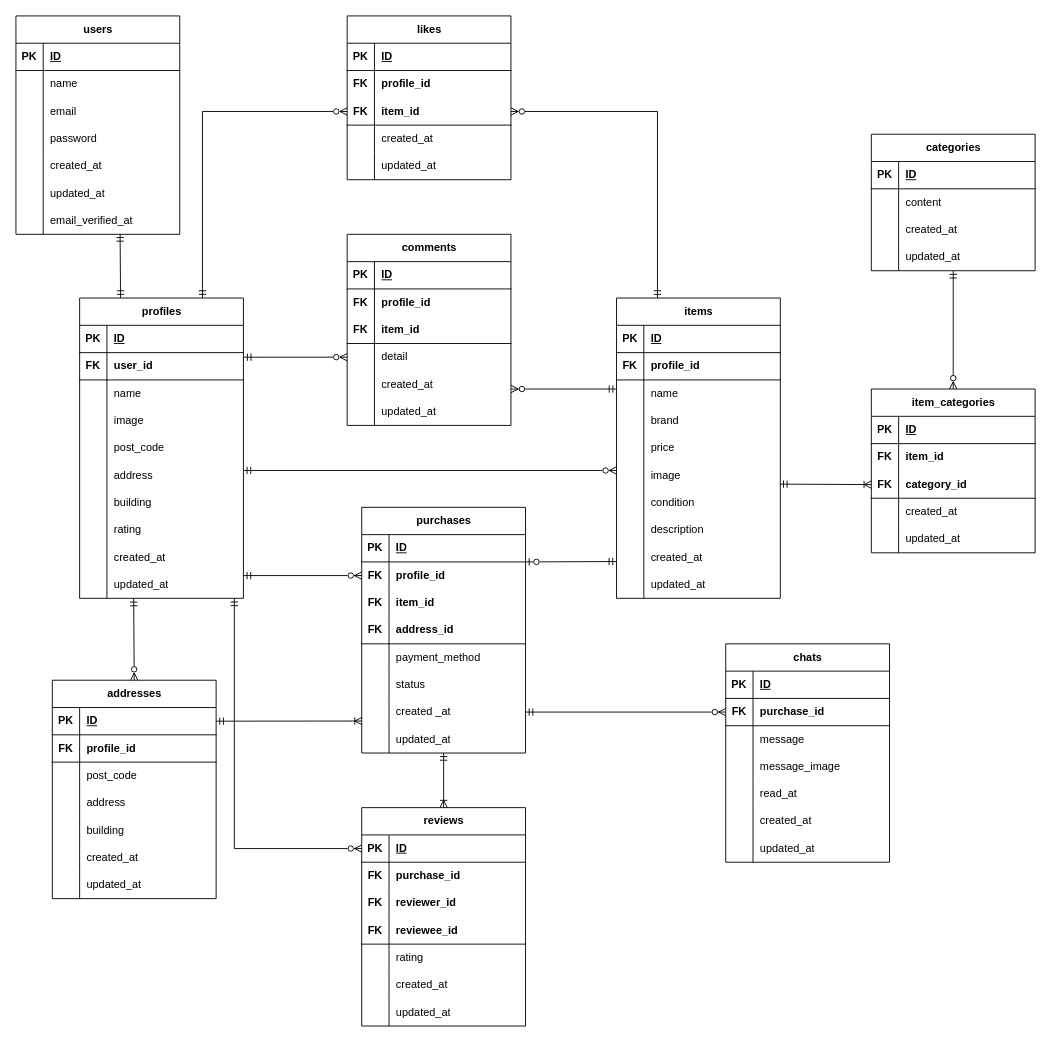
Above: flea-market.dio in ri0921/flea-market (draw.io), before the change. Source tidied: cells renumbered, new cells numbered last; positions are measured from the earlier drawing's top-left corner, leaving out a move shared by most shapes. Both pictures are drawn from the tidied source at 91%, with x=0, y=0 at pixel (15, 15).
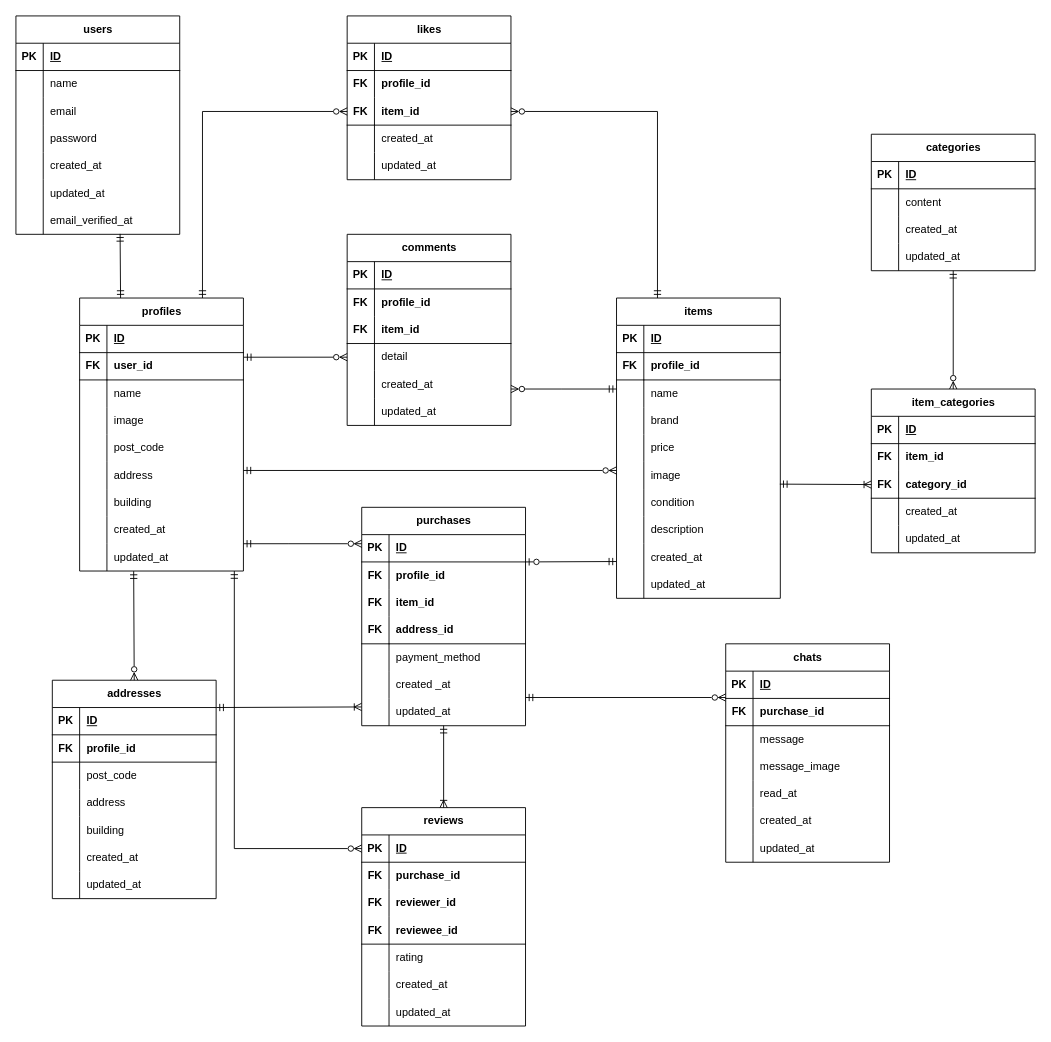
Above is the later version.

The change refers to these unchanged cells:
```xml
<mxCell id="104" style="shape=tableRow;horizontal=0;startSize=0;swimlaneHead=0;swimlaneBody=0;fillColor=none;points=[[0,0.5],[1,0.5]];portConstraint=eastwest;top=0;left=0;right=0;bottom=0;" parent="100" vertex="1">
  <mxGeometry y="60" width="180" height="30" as="geometry" />
</mxCell>
<mxCell id="169" style="shape=tableRow;horizontal=0;startSize=0;swimlaneHead=0;swimlaneBody=0;fillColor=none;points=[[0,0.5],[1,0.5]];portConstraint=eastwest;top=0;left=0;right=0;bottom=1;" parent="168" vertex="1">
  <mxGeometry y="30" width="180" height="30" as="geometry" />
</mxCell>
<mxCell id="215" style="shape=tableRow;horizontal=0;startSize=0;swimlaneHead=0;swimlaneBody=0;fillColor=none;points=[[0,0.5],[1,0.5]];portConstraint=eastwest;top=0;left=0;right=0;bottom=1;fontStyle=1;" parent="211" vertex="1">
  <mxGeometry y="60" width="180" height="30" as="geometry" />
</mxCell>
<mxCell id="235" style="shape=tableRow;horizontal=0;startSize=0;swimlaneHead=0;swimlaneBody=0;fillColor=none;points=[[0,0.5],[1,0.5]];portConstraint=eastwest;top=0;left=0;right=0;bottom=1;" parent="234" vertex="1">
  <mxGeometry y="30" width="180" height="30" as="geometry" />
</mxCell>
```

What changed in the source:
```diff
@@
     <mxCell id="3" value="profiles" style="shape=table;startSize=30;childLayout=tableLayout;rowLines=0;fontStyle=1;align=center;html=1;" parent="1" vertex="1">
-      <mxGeometry x="70" y="310" width="180" height="330" as="geometry" />
+      <mxGeometry x="70" y="310" width="180" height="300" as="geometry" />
     </mxCell>
@@
-    <mxCell id="25" style="shape=tableRow;horizontal=0;startSize=0;swimlaneHead=0;swimlaneBody=0;fillColor=none;top=0;left=0;right=0;bottom=0;" parent="3" vertex="1">
-      <mxGeometry y="240" width="180" height="30" as="geometry" />
-    </mxCell>
-    <mxCell id="26" style="shape=partialRectangle;fillColor=none;top=0;left=0;bottom=0;right=0;overflow=hidden;whiteSpace=wrap;html=1;" parent="25" vertex="1">
-      <mxGeometry width="30" height="30" as="geometry" />
-    </mxCell>
-    <mxCell id="27" value="rating" style="shape=partialRectangle;fillColor=none;top=0;left=0;bottom=0;right=0;align=left;spacingLeft=6;overflow=hidden;whiteSpace=wrap;html=1;" parent="25" vertex="1">
-      <mxGeometry x="30" width="150" height="30" as="geometry" />
-    </mxCell>
     <mxCell id="28" style="shape=tableRow;horizontal=0;startSize=0;swimlaneHead=0;swimlaneBody=0;fillColor=none;top=0;left=0;right=0;bottom=0;" parent="3" vertex="1">
-      <mxGeometry y="270" width="180" height="30" as="geometry" />
+      <mxGeometry y="240" width="180" height="30" as="geometry" />
     </mxCell>
@@
     <mxCell id="31" style="shape=tableRow;horizontal=0;startSize=0;swimlaneHead=0;swimlaneBody=0;fillColor=none;points=[[0,0.5],[1,0.5]];portConstraint=eastwest;top=0;left=0;right=0;bottom=0;" parent="3" vertex="1">
-      <mxGeometry y="300" width="180" height="30" as="geometry" />
+      <mxGeometry y="270" width="180" height="30" as="geometry" />
     </mxCell>
@@
     <mxCell id="100" value="purchases" style="shape=table;startSize=30;childLayout=tableLayout;rowLines=0;fontStyle=1;align=center;html=1;" parent="1" vertex="1">
-      <mxGeometry x="380" y="540" width="180" height="270" as="geometry" />
+      <mxGeometry x="380" y="540" width="180" height="240" as="geometry" />
     </mxCell>
@@
-    <mxCell id="116" style="shape=tableRow;horizontal=0;startSize=0;swimlaneHead=0;swimlaneBody=0;fillColor=none;top=0;left=0;right=0;bottom=0;" parent="100" vertex="1">
-      <mxGeometry y="180" width="180" height="30" as="geometry" />
-    </mxCell>
-    <mxCell id="117" style="shape=partialRectangle;fillColor=none;top=0;left=0;bottom=0;right=0;overflow=hidden;whiteSpace=wrap;html=1;" parent="116" vertex="1">
-      <mxGeometry width="30" height="30" as="geometry" />
-    </mxCell>
-    <mxCell id="118" value="status" style="shape=partialRectangle;fillColor=none;top=0;left=0;bottom=0;right=0;align=left;spacingLeft=6;overflow=hidden;whiteSpace=wrap;html=1;" parent="116" vertex="1">
-      <mxGeometry x="30" width="150" height="30" as="geometry" />
-    </mxCell>
     <mxCell id="119" style="shape=tableRow;horizontal=0;startSize=0;swimlaneHead=0;swimlaneBody=0;fillColor=none;points=[[0,0.5],[1,0.5]];portConstraint=eastwest;top=0;left=0;right=0;bottom=0;" parent="100" vertex="1">
-      <mxGeometry y="210" width="180" height="30" as="geometry" />
+      <mxGeometry y="180" width="180" height="30" as="geometry" />
     </mxCell>
@@
     <mxCell id="122" style="shape=tableRow;horizontal=0;startSize=0;swimlaneHead=0;swimlaneBody=0;fillColor=none;points=[[0,0.5],[1,0.5]];portConstraint=eastwest;top=0;left=0;right=0;bottom=0;" parent="100" vertex="1">
-      <mxGeometry y="240" width="180" height="30" as="geometry" />
+      <mxGeometry y="210" width="180" height="30" as="geometry" />
     </mxCell>
@@
-    <mxCell id="142" style="edgeStyle=none;html=1;exitX=0;exitY=0.5;exitDx=0;exitDy=0;rounded=0;curved=0;startArrow=ERzeroToMany;startFill=0;endArrow=ERmandOne;endFill=0;" parent="1" edge="1" source="104">
+    <mxCell id="142" style="edgeStyle=none;html=1;exitX=0;exitY=0.5;exitDx=0;exitDy=0;rounded=0;curved=0;startArrow=ERzeroToMany;startFill=0;endArrow=ERmandOne;endFill=0;" parent="1" edge="1">
       <mxGeometry relative="1" as="geometry">
-        <mxPoint x="250" y="615" as="targetPoint" />
+        <mxPoint x="380" y="580" as="sourcePoint" />
+        <mxPoint x="250" y="580" as="targetPoint" />
         <Array as="points">
-          <mxPoint x="300" y="615" />
+          <mxPoint x="300" y="580" />
         </Array>
       </mxGeometry>
     </mxCell>
@@
-    <mxCell id="210" style="edgeStyle=none;html=1;exitX=1;exitY=0.5;exitDx=0;exitDy=0;rounded=0;curved=0;startArrow=ERmandOne;startFill=0;endArrow=ERoneToMany;endFill=0;entryX=0.002;entryY=0.828;entryDx=0;entryDy=0;entryPerimeter=0;" parent="1" edge="1" source="169" target="119">
-      <mxGeometry relative="1" as="geometry" />
+    <mxCell id="210" style="edgeStyle=none;html=1;rounded=0;curved=0;startArrow=ERmandOne;startFill=0;endArrow=ERoneToMany;endFill=0;entryX=-0.001;entryY=0.312;entryDx=0;entryDy=0;entryPerimeter=0;" parent="1" edge="1" target="122">
+      <mxGeometry relative="1" as="geometry">
+        <mxPoint x="220" y="760" as="sourcePoint" />
+      </mxGeometry>
     </mxCell>
@@
-    <mxCell id="233" style="edgeStyle=none;html=1;exitX=0;exitY=0.5;exitDx=0;exitDy=0;startArrow=ERzeroToMany;startFill=0;endArrow=ERmandOne;endFill=0;entryX=1;entryY=0.5;entryDx=0;entryDy=0;" parent="1" edge="1" source="215" target="119">
-      <mxGeometry relative="1" as="geometry" />
+    <mxCell id="233" style="edgeStyle=none;html=1;startArrow=ERzeroToMany;startFill=0;endArrow=ERmandOne;endFill=0;" parent="1" edge="1">
+      <mxGeometry relative="1" as="geometry">
+        <mxPoint x="780" y="749" as="sourcePoint" />
+        <mxPoint x="560" y="749" as="targetPoint" />
+      </mxGeometry>
     </mxCell>
@@
     <mxCell id="257" style="edgeStyle=none;html=1;exitX=0;exitY=0.5;exitDx=0;exitDy=0;startArrow=ERzeroToMany;startFill=0;endArrow=ERmandOne;endFill=0;rounded=0;curved=0;" parent="1" edge="1" source="235">
       <mxGeometry relative="1" as="geometry">
-        <mxPoint x="240" y="640" as="targetPoint" />
+        <mxPoint x="240" y="610" as="targetPoint" />
         <Array as="points">
           <mxPoint x="240" y="915" />
         </Array>
       </mxGeometry>
     </mxCell>
```
